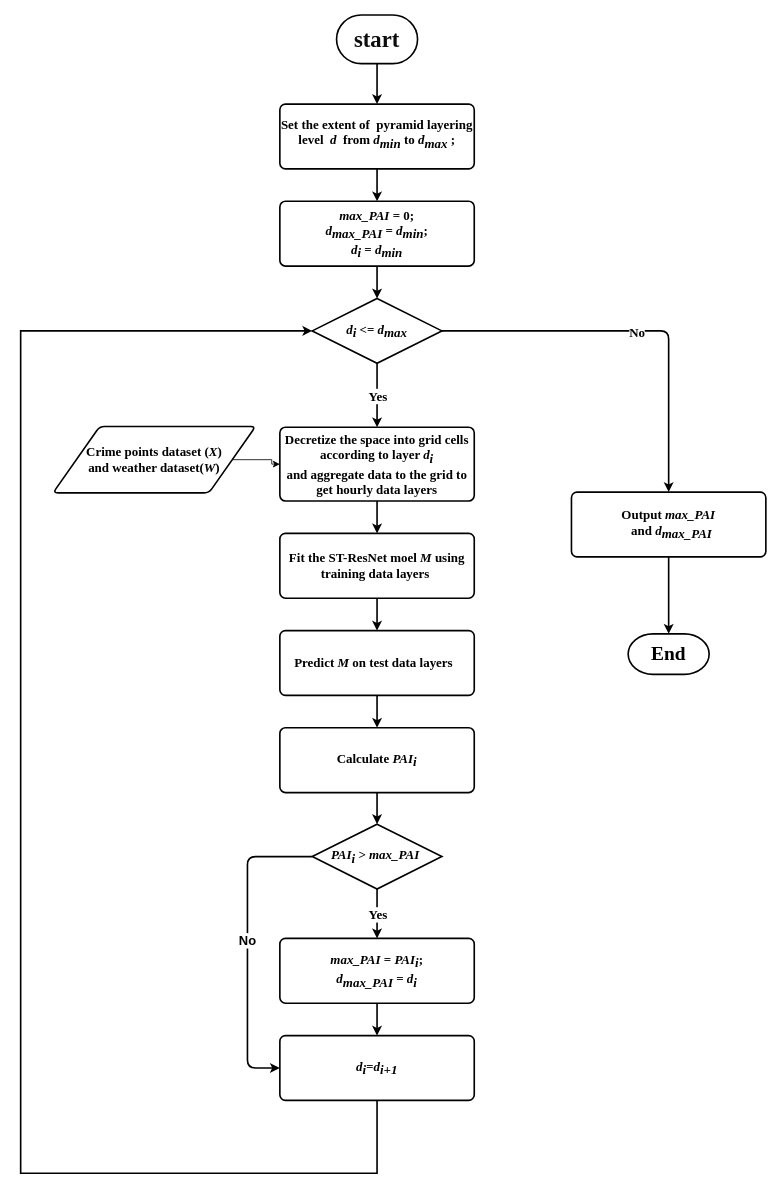
Above: assets/Copy of st-resnet.drawio in 798982876/ST_ResNet (draw.io), before the change. Source tidied: cells renumbered, new cells numbered last; positions are measured from the earlier drawing's top-left corner, leaving out a move shared by most shapes. Both pictures are drawn from the tidied source at 81%, with x=0, y=0 at pixel (20, 15).
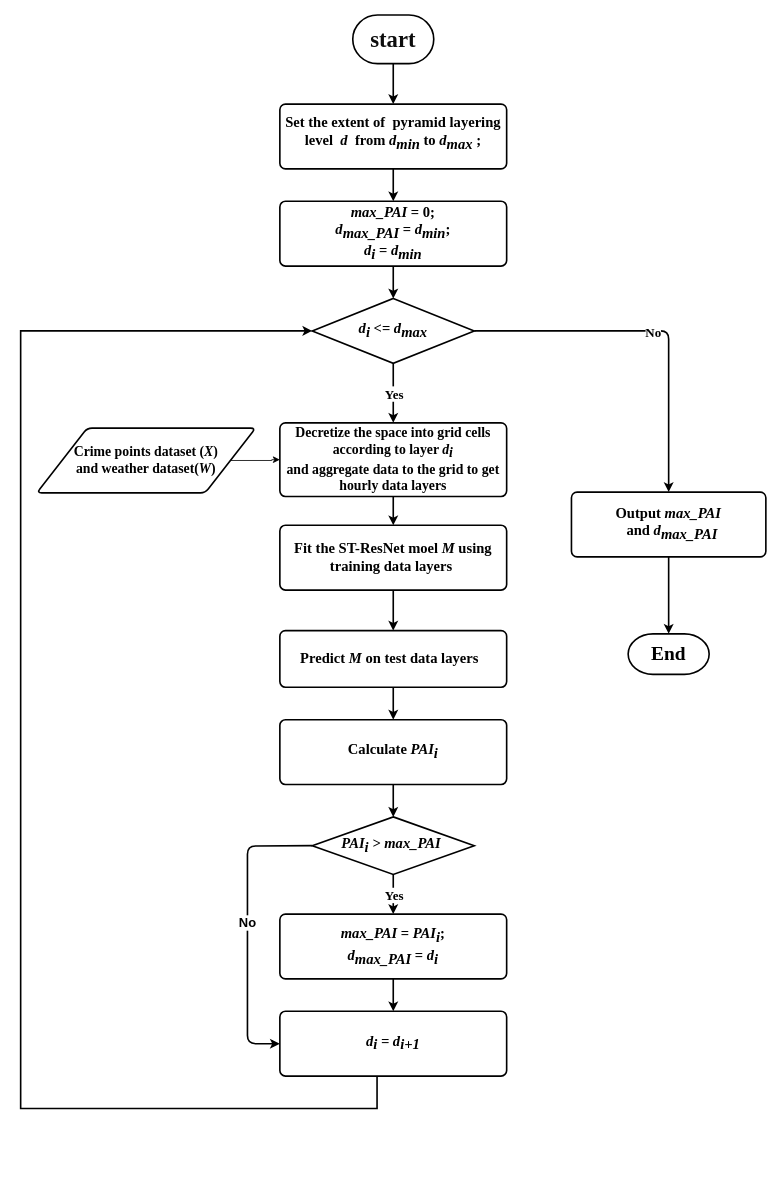
The same diagram, later.

Diff of the diagram source:
```diff
@@
     <mxCell id="2" value="start" style="strokeWidth=2;html=1;shape=mxgraph.flowchart.terminator;whiteSpace=wrap;fontSize=28;labelBackgroundColor=none;fontColor=#0D0D0D;fontFamily=Times New Roman;fontStyle=1;" parent="1" vertex="1">
-      <mxGeometry x="390" width="100" height="60" as="geometry" />
+      <mxGeometry x="410" width="100" height="60" as="geometry" />
     </mxCell>
-    <mxCell id="3" value="&lt;font style=&quot;font-size: 16px;&quot;&gt;&lt;br style=&quot;font-size: 16px;&quot;&gt;&lt;div style=&quot;font-size: 16px;&quot;&gt;&lt;span style=&quot;font-size: 16px;&quot;&gt;Set the extent of&amp;nbsp; pyramid layering level&amp;nbsp;&amp;nbsp;&lt;/span&gt;&lt;i style=&quot;font-size: 16px;&quot;&gt;d&amp;nbsp; &lt;/i&gt;&lt;span style=&quot;font-size: 16px;&quot;&gt;from &lt;i style=&quot;font-size: 16px;&quot;&gt;d&lt;sub style=&quot;font-size: 16px;&quot;&gt;min&lt;/sub&gt;&lt;/i&gt; to &lt;i style=&quot;font-size: 16px;&quot;&gt;d&lt;/i&gt;&lt;span style=&quot;font-style: italic; font-size: 16px;&quot;&gt;&lt;sub style=&quot;font-size: 16px;&quot;&gt;max&lt;/sub&gt;&amp;nbsp;&lt;/span&gt;;&lt;/span&gt;&lt;/div&gt;&lt;sup style=&quot;font-size: 16px;&quot;&gt;&lt;br style=&quot;font-size: 16px;&quot;&gt;&lt;/sup&gt;&lt;/font&gt;" style="rounded=1;whiteSpace=wrap;html=1;absoluteArcSize=1;arcSize=14;strokeWidth=2;fontFamily=Times New Roman;fontSize=16;align=center;fontStyle=1;" parent="1" vertex="1">
-      <mxGeometry x="320" y="110" width="240" height="80" as="geometry" />
+    <mxCell id="3" value="&lt;font style=&quot;font-size: 18px;&quot;&gt;&lt;br style=&quot;font-size: 18px;&quot;&gt;&lt;div style=&quot;font-size: 18px;&quot;&gt;&lt;span style=&quot;font-size: 18px;&quot;&gt;Set the extent of&amp;nbsp; pyramid layering level&amp;nbsp;&amp;nbsp;&lt;/span&gt;&lt;i style=&quot;font-size: 18px;&quot;&gt;d&amp;nbsp; &lt;/i&gt;&lt;span style=&quot;font-size: 18px;&quot;&gt;from &lt;i style=&quot;font-size: 18px;&quot;&gt;d&lt;sub style=&quot;font-size: 18px;&quot;&gt;min&lt;/sub&gt;&lt;/i&gt; to &lt;i style=&quot;font-size: 18px;&quot;&gt;d&lt;/i&gt;&lt;span style=&quot;font-style: italic; font-size: 18px;&quot;&gt;&lt;sub style=&quot;font-size: 18px;&quot;&gt;max&lt;/sub&gt;&amp;nbsp;&lt;/span&gt;;&lt;/span&gt;&lt;/div&gt;&lt;sup style=&quot;font-size: 18px;&quot;&gt;&lt;br style=&quot;font-size: 18px;&quot;&gt;&lt;/sup&gt;&lt;/font&gt;" style="rounded=1;whiteSpace=wrap;html=1;absoluteArcSize=1;arcSize=14;strokeWidth=2;fontFamily=Times New Roman;fontSize=18;align=center;fontStyle=1;" parent="1" vertex="1">
+      <mxGeometry x="320" y="110" width="280" height="80" as="geometry" />
     </mxCell>
@@
-    <mxCell id="5" value="Crime points dataset (&lt;i style=&quot;font-size: 16px;&quot;&gt;X&lt;/i&gt;)&lt;br style=&quot;font-size: 16px;&quot;&gt;and weather dataset(&lt;i style=&quot;font-size: 16px;&quot;&gt;W&lt;/i&gt;)" style="shape=parallelogram;html=1;strokeWidth=2;perimeter=parallelogramPerimeter;whiteSpace=wrap;rounded=1;arcSize=12;size=0.23;fontSize=16;fontFamily=Times New Roman;fontStyle=1;" parent="1" vertex="1">
-      <mxGeometry x="40" y="508" width="250" height="82" as="geometry" />
+    <mxCell id="5" value="Crime points dataset (&lt;i style=&quot;font-size: 17px;&quot;&gt;X&lt;/i&gt;)&lt;br style=&quot;font-size: 17px;&quot;&gt;and weather dataset(&lt;i style=&quot;font-size: 17px;&quot;&gt;W&lt;/i&gt;)" style="shape=parallelogram;html=1;strokeWidth=2;perimeter=parallelogramPerimeter;whiteSpace=wrap;rounded=1;arcSize=12;size=0.23;fontSize=17;fontFamily=Times New Roman;fontStyle=1;" parent="1" vertex="1">
+      <mxGeometry x="20" y="510" width="270" height="80" as="geometry" />
     </mxCell>
-    <mxCell id="6" value="&lt;i style=&quot;font-size: 16px;&quot;&gt;max_PAI&lt;/i&gt;&lt;span style=&quot;font-size: 16px;&quot;&gt;&lt;i style=&quot;font-size: 16px;&quot;&gt;&amp;nbsp;&lt;/i&gt;= 0;&lt;/span&gt;&lt;br style=&quot;font-size: 16px;&quot;&gt;&lt;span style=&quot;font-size: 16px;&quot;&gt;&lt;div style=&quot;font-size: 16px;&quot;&gt;&lt;i style=&quot;font-size: 16px;&quot;&gt;d&lt;/i&gt;&lt;i style=&quot;font-size: 16px;&quot;&gt;&lt;sub style=&quot;font-size: 16px;&quot;&gt;max_PAI&amp;nbsp;&lt;/sub&gt;&lt;/i&gt;=&amp;nbsp;&lt;i style=&quot;font-size: 16px;&quot;&gt;d&lt;sub style=&quot;font-size: 16px;&quot;&gt;min&lt;/sub&gt;&lt;/i&gt;;&lt;/div&gt;&lt;div style=&quot;font-size: 16px;&quot;&gt;&lt;i style=&quot;font-size: 16px;&quot;&gt;d&lt;sub style=&quot;font-size: 16px;&quot;&gt;i&lt;/sub&gt; &lt;/i&gt;= &lt;i style=&quot;font-size: 16px;&quot;&gt;d&lt;sub style=&quot;font-size: 16px;&quot;&gt;min&lt;/sub&gt;&lt;/i&gt;&lt;/div&gt;&lt;/span&gt;" style="rounded=1;whiteSpace=wrap;html=1;absoluteArcSize=1;arcSize=14;strokeWidth=2;fontSize=16;fontFamily=Times New Roman;align=center;fontStyle=1;" parent="1" vertex="1">
-      <mxGeometry x="320" y="230" width="240" height="80" as="geometry" />
+    <mxCell id="6" value="&lt;i style=&quot;font-size: 18px;&quot;&gt;max_PAI&lt;/i&gt;&lt;span style=&quot;font-size: 18px;&quot;&gt;&lt;i style=&quot;font-size: 18px;&quot;&gt;&amp;nbsp;&lt;/i&gt;= 0;&lt;/span&gt;&lt;br style=&quot;font-size: 18px;&quot;&gt;&lt;span style=&quot;font-size: 18px;&quot;&gt;&lt;div style=&quot;font-size: 18px;&quot;&gt;&lt;i style=&quot;font-size: 18px;&quot;&gt;d&lt;/i&gt;&lt;i style=&quot;font-size: 18px;&quot;&gt;&lt;sub style=&quot;font-size: 18px;&quot;&gt;max_PAI&amp;nbsp;&lt;/sub&gt;&lt;/i&gt;=&amp;nbsp;&lt;i style=&quot;font-size: 18px;&quot;&gt;d&lt;sub style=&quot;font-size: 18px;&quot;&gt;min&lt;/sub&gt;&lt;/i&gt;;&lt;/div&gt;&lt;div style=&quot;font-size: 18px;&quot;&gt;&lt;i style=&quot;font-size: 18px;&quot;&gt;d&lt;sub style=&quot;font-size: 18px;&quot;&gt;i&lt;/sub&gt; &lt;/i&gt;= &lt;i style=&quot;font-size: 18px;&quot;&gt;d&lt;sub style=&quot;font-size: 18px;&quot;&gt;min&lt;/sub&gt;&lt;/i&gt;&lt;/div&gt;&lt;/span&gt;" style="rounded=1;whiteSpace=wrap;html=1;absoluteArcSize=1;arcSize=14;strokeWidth=2;fontSize=18;fontFamily=Times New Roman;align=center;fontStyle=1;" parent="1" vertex="1">
+      <mxGeometry x="320" y="230" width="280" height="80" as="geometry" />
     </mxCell>
-    <mxCell id="7" value="Decretize the space into grid cells according to layer &lt;i style=&quot;font-size: 16px;&quot;&gt;d&lt;sub style=&quot;font-size: 16px;&quot;&gt;i&lt;/sub&gt;&lt;/i&gt;&lt;br style=&quot;font-size: 16px;&quot;&gt;and aggregate data to the grid to get hourly data layers" style="rounded=1;whiteSpace=wrap;html=1;absoluteArcSize=1;arcSize=14;strokeWidth=2;fontSize=16;fontFamily=Times New Roman;fontStyle=1;" parent="1" vertex="1">
-      <mxGeometry x="320" y="509" width="240" height="91" as="geometry" />
+    <mxCell id="7" value="Decretize the space into grid cells according to layer &lt;i style=&quot;font-size: 17px;&quot;&gt;d&lt;sub style=&quot;font-size: 17px;&quot;&gt;i&lt;/sub&gt;&lt;/i&gt;&lt;br style=&quot;font-size: 17px;&quot;&gt;and aggregate data to the grid to get hourly data layers" style="rounded=1;whiteSpace=wrap;html=1;absoluteArcSize=1;arcSize=14;strokeWidth=2;fontSize=17;fontFamily=Times New Roman;fontStyle=1;" parent="1" vertex="1">
+      <mxGeometry x="320" y="503.5" width="280" height="91" as="geometry" />
     </mxCell>
-    <mxCell id="8" value="Fit the ST-ResNet moel &lt;i style=&quot;font-size: 16px;&quot;&gt;M&lt;/i&gt; using training data layers&amp;nbsp;" style="rounded=1;whiteSpace=wrap;html=1;absoluteArcSize=1;arcSize=14;strokeWidth=2;fontSize=16;fontFamily=Times New Roman;fontStyle=1;" parent="1" vertex="1">
-      <mxGeometry x="320" y="640" width="240" height="80" as="geometry" />
+    <mxCell id="8" value="Fit the ST-ResNet moel &lt;i style=&quot;font-size: 18px;&quot;&gt;M&lt;/i&gt; using training data layers&amp;nbsp;" style="rounded=1;whiteSpace=wrap;html=1;absoluteArcSize=1;arcSize=14;strokeWidth=2;fontSize=18;fontFamily=Times New Roman;fontStyle=1;" parent="1" vertex="1">
+      <mxGeometry x="320" y="630" width="280" height="80" as="geometry" />
     </mxCell>
-    <mxCell id="9" value="Predict &lt;i style=&quot;font-size: 16px;&quot;&gt;M&lt;/i&gt; on test data layers&amp;nbsp;&amp;nbsp;" style="rounded=1;whiteSpace=wrap;html=1;absoluteArcSize=1;arcSize=14;strokeWidth=2;fontSize=16;fontFamily=Times New Roman;fontStyle=1;" parent="1" vertex="1">
-      <mxGeometry x="320" y="760" width="240" height="80" as="geometry" />
+    <mxCell id="9" value="Predict &lt;i style=&quot;font-size: 18px;&quot;&gt;M&lt;/i&gt; on test data layers&amp;nbsp;&amp;nbsp;" style="rounded=1;whiteSpace=wrap;html=1;absoluteArcSize=1;arcSize=14;strokeWidth=2;fontSize=18;fontFamily=Times New Roman;fontStyle=1;" parent="1" vertex="1">
+      <mxGeometry x="320" y="760" width="280" height="70" as="geometry" />
     </mxCell>
-    <mxCell id="10" value="Calculate&amp;nbsp;&lt;span style=&quot;font-size: 16px;&quot;&gt;&lt;i style=&quot;font-size: 16px;&quot;&gt;PAI&lt;sub style=&quot;font-size: 16px;&quot;&gt;i&lt;/sub&gt;&lt;/i&gt;&lt;/span&gt;" style="rounded=1;whiteSpace=wrap;html=1;absoluteArcSize=1;arcSize=14;strokeWidth=2;fontSize=16;fontFamily=Times New Roman;fontStyle=1;" parent="1" vertex="1">
-      <mxGeometry x="320" y="880" width="240" height="80" as="geometry" />
+    <mxCell id="10" value="Calculate&amp;nbsp;&lt;span style=&quot;font-size: 18px;&quot;&gt;&lt;i style=&quot;font-size: 18px;&quot;&gt;PAI&lt;sub style=&quot;font-size: 18px;&quot;&gt;i&lt;/sub&gt;&lt;/i&gt;&lt;/span&gt;" style="rounded=1;whiteSpace=wrap;html=1;absoluteArcSize=1;arcSize=14;strokeWidth=2;fontSize=18;fontFamily=Times New Roman;fontStyle=1;" parent="1" vertex="1">
+      <mxGeometry x="320" y="870" width="280" height="80" as="geometry" />
     </mxCell>
@@
     <mxCell id="17" style="edgeStyle=orthogonalEdgeStyle;rounded=0;jettySize=auto;html=1;entryX=0;entryY=0.5;entryDx=0;entryDy=0;exitX=0.5;exitY=1;exitDx=0;exitDy=0;fontSize=16;fontStyle=1;strokeWidth=2;" parent="1" edge="1" source="29" target="25">
       <mxGeometry relative="1" as="geometry">
         <Array as="points">
-          <mxPoint x="440" y="1430" />
-          <mxPoint y="1430" />
+          <mxPoint x="440" y="1310" />
+          <mxPoint x="440" y="1350" />
+          <mxPoint y="1350" />
           <mxPoint y="390" />
         </Array>
       </mxGeometry>
     </mxCell>
-    <mxCell id="18" value="&lt;i style=&quot;font-size: 16px&quot;&gt;PAI&lt;sub style=&quot;font-size: 16px&quot;&gt;i&amp;nbsp;&lt;/sub&gt;&amp;gt;&amp;nbsp;&lt;/i&gt;&lt;i style=&quot;font-size: 16px&quot;&gt;max_PAI&lt;/i&gt;&lt;i style=&quot;font-size: 16px&quot;&gt;&lt;sub style=&quot;font-size: 16px&quot;&gt;&amp;nbsp;&lt;/sub&gt;&lt;/i&gt;" style="strokeWidth=2;html=1;shape=mxgraph.flowchart.decision;whiteSpace=wrap;fontSize=16;fontFamily=Times New Roman;fontStyle=1;" parent="1" vertex="1">
-      <mxGeometry x="360" y="999" width="160" height="80" as="geometry" />
+    <mxCell id="18" value="&lt;i style=&quot;font-size: 18px;&quot;&gt;PAI&lt;sub style=&quot;font-size: 18px;&quot;&gt;i&amp;nbsp;&lt;/sub&gt;&amp;gt;&amp;nbsp;&lt;/i&gt;&lt;i style=&quot;font-size: 18px;&quot;&gt;max_PAI&lt;/i&gt;&lt;i style=&quot;font-size: 18px;&quot;&gt;&lt;sub style=&quot;font-size: 18px;&quot;&gt;&amp;nbsp;&lt;/sub&gt;&lt;/i&gt;" style="strokeWidth=2;html=1;shape=mxgraph.flowchart.decision;whiteSpace=wrap;fontSize=18;fontFamily=Times New Roman;fontStyle=1;" parent="1" vertex="1">
+      <mxGeometry x="360" y="990" width="200" height="71" as="geometry" />
     </mxCell>
@@
-    <mxCell id="25" value="&lt;font face=&quot;Times New Roman&quot; style=&quot;font-size: 16px;&quot;&gt;&lt;i style=&quot;font-size: 16px;&quot;&gt;d&lt;sub style=&quot;font-size: 16px;&quot;&gt;i&amp;nbsp;&lt;/sub&gt;&lt;/i&gt;&amp;lt;=&amp;nbsp;&lt;i style=&quot;font-size: 16px;&quot;&gt;d&lt;sub style=&quot;font-size: 16px;&quot;&gt;max&lt;/sub&gt;&lt;/i&gt;&lt;/font&gt;" style="rhombus;whiteSpace=wrap;html=1;fontSize=16;fontStyle=1;strokeWidth=2;" parent="1" vertex="1">
-      <mxGeometry x="360" y="350" width="160" height="80" as="geometry" />
+    <mxCell id="25" value="&lt;font face=&quot;Times New Roman&quot; style=&quot;font-size: 18px;&quot;&gt;&lt;i style=&quot;font-size: 18px;&quot;&gt;d&lt;sub style=&quot;font-size: 18px;&quot;&gt;i&amp;nbsp;&lt;/sub&gt;&lt;/i&gt;&amp;lt;=&amp;nbsp;&lt;i style=&quot;font-size: 18px;&quot;&gt;d&lt;sub style=&quot;font-size: 18px;&quot;&gt;max&lt;/sub&gt;&lt;/i&gt;&lt;/font&gt;" style="rhombus;whiteSpace=wrap;html=1;fontSize=18;fontStyle=1;strokeWidth=2;" parent="1" vertex="1">
+      <mxGeometry x="360" y="350" width="200" height="80" as="geometry" />
     </mxCell>
@@
-    <mxCell id="28" value="&lt;i style=&quot;font-size: 16px;&quot;&gt;max_PAI&lt;/i&gt;&lt;span style=&quot;font-size: 16px;&quot;&gt;&lt;i style=&quot;font-size: 16px;&quot;&gt;&amp;nbsp;&lt;/i&gt;=&amp;nbsp;&lt;/span&gt;&lt;i style=&quot;font-size: 16px;&quot;&gt;PAI&lt;sub style=&quot;font-size: 16px;&quot;&gt;i&lt;/sub&gt;&lt;/i&gt;&lt;span style=&quot;font-size: 16px;&quot;&gt;;&lt;/span&gt;&lt;br style=&quot;font-size: 16px;&quot;&gt;&lt;span style=&quot;font-size: 16px;&quot;&gt;&lt;i style=&quot;font-size: 16px;&quot;&gt;d&lt;/i&gt;&lt;i style=&quot;font-size: 16px;&quot;&gt;&lt;sub style=&quot;font-size: 16px;&quot;&gt;max_PAI&amp;nbsp;&lt;/sub&gt;&lt;/i&gt;=&amp;nbsp;&lt;i style=&quot;font-size: 16px;&quot;&gt;d&lt;sub style=&quot;font-size: 16px;&quot;&gt;i&lt;/sub&gt;&lt;/i&gt;&lt;/span&gt;&lt;span style=&quot;font-size: 16px;&quot;&gt;&lt;i style=&quot;font-size: 16px;&quot;&gt;&lt;sub style=&quot;font-size: 16px;&quot;&gt;&lt;br style=&quot;font-size: 16px;&quot;&gt;&lt;/sub&gt;&lt;/i&gt;&lt;/span&gt;" style="rounded=1;whiteSpace=wrap;html=1;absoluteArcSize=1;arcSize=14;strokeWidth=2;fontSize=16;fontFamily=Times New Roman;fontStyle=1;" parent="1" vertex="1">
-      <mxGeometry x="320" y="1140" width="240" height="80" as="geometry" />
+    <mxCell id="28" value="&lt;i style=&quot;font-size: 18px;&quot;&gt;max_PAI&lt;/i&gt;&lt;span style=&quot;font-size: 18px;&quot;&gt;&lt;i style=&quot;font-size: 18px;&quot;&gt;&amp;nbsp;&lt;/i&gt;=&amp;nbsp;&lt;/span&gt;&lt;i style=&quot;font-size: 18px;&quot;&gt;PAI&lt;sub style=&quot;font-size: 18px;&quot;&gt;i&lt;/sub&gt;&lt;/i&gt;&lt;span style=&quot;font-size: 18px;&quot;&gt;;&lt;/span&gt;&lt;br style=&quot;font-size: 18px;&quot;&gt;&lt;span style=&quot;font-size: 18px;&quot;&gt;&lt;i style=&quot;font-size: 18px;&quot;&gt;d&lt;/i&gt;&lt;i style=&quot;font-size: 18px;&quot;&gt;&lt;sub style=&quot;font-size: 18px;&quot;&gt;max_PAI&amp;nbsp;&lt;/sub&gt;&lt;/i&gt;=&amp;nbsp;&lt;i style=&quot;font-size: 18px;&quot;&gt;d&lt;sub style=&quot;font-size: 18px;&quot;&gt;i&lt;/sub&gt;&lt;/i&gt;&lt;/span&gt;&lt;span style=&quot;font-size: 18px;&quot;&gt;&lt;i style=&quot;font-size: 18px;&quot;&gt;&lt;sub style=&quot;font-size: 18px;&quot;&gt;&lt;br style=&quot;font-size: 18px;&quot;&gt;&lt;/sub&gt;&lt;/i&gt;&lt;/span&gt;" style="rounded=1;whiteSpace=wrap;html=1;absoluteArcSize=1;arcSize=14;strokeWidth=2;fontSize=18;fontFamily=Times New Roman;fontStyle=1;" parent="1" vertex="1">
+      <mxGeometry x="320" y="1110" width="280" height="80" as="geometry" />
     </mxCell>
-    <mxCell id="29" value="&lt;span style=&quot;font-size: 16px;&quot;&gt;&lt;i style=&quot;font-size: 16px;&quot;&gt;d&lt;sub style=&quot;font-size: 16px;&quot;&gt;i&lt;/sub&gt;=d&lt;sub style=&quot;font-size: 16px;&quot;&gt;i+1&lt;/sub&gt;&lt;br style=&quot;font-size: 16px;&quot;&gt;&lt;/i&gt;&lt;/span&gt;" style="rounded=1;whiteSpace=wrap;html=1;absoluteArcSize=1;arcSize=14;strokeWidth=2;fontSize=16;fontFamily=Times New Roman;fontStyle=1;" parent="1" vertex="1">
-      <mxGeometry x="320" y="1260" width="240" height="80" as="geometry" />
+    <mxCell id="29" value="&lt;span style=&quot;font-size: 18px&quot;&gt;&lt;i style=&quot;font-size: 18px&quot;&gt;d&lt;sub style=&quot;font-size: 18px&quot;&gt;i&amp;nbsp;&lt;/sub&gt;= d&lt;sub style=&quot;font-size: 18px&quot;&gt;i+1&lt;/sub&gt;&lt;br style=&quot;font-size: 18px&quot;&gt;&lt;/i&gt;&lt;/span&gt;" style="rounded=1;whiteSpace=wrap;html=1;absoluteArcSize=1;arcSize=14;strokeWidth=2;fontSize=18;fontFamily=Times New Roman;fontStyle=1;" parent="1" vertex="1">
+      <mxGeometry x="320" y="1230" width="280" height="80" as="geometry" />
     </mxCell>
@@
     <mxCell id="31" style="endArrow=classic;html=1;exitX=0;exitY=0.5;exitDx=0;exitDy=0;exitPerimeter=0;entryX=0;entryY=0.5;entryDx=0;entryDy=0;fontSize=16;fontStyle=1;strokeWidth=2;" parent="1" edge="1" source="18" target="29">
       <mxGeometry relative="1" as="geometry">
         <Array as="points">
-          <mxPoint x="280" y="1039" />
-          <mxPoint x="280" y="1300" />
+          <mxPoint x="280" y="1026" />
+          <mxPoint x="280" y="1270" />
         </Array>
       </mxGeometry>
     </mxCell>
@@
-    <mxCell id="33" value="Output&amp;nbsp;&lt;i style=&quot;font-size: 16px;&quot;&gt;max_PAI&lt;/i&gt;&lt;br style=&quot;font-size: 16px;&quot;&gt;&amp;nbsp; and&amp;nbsp;&lt;i style=&quot;font-size: 16px;&quot;&gt;d&lt;/i&gt;&lt;i style=&quot;font-size: 16px;&quot;&gt;&lt;sub style=&quot;font-size: 16px;&quot;&gt;max_PAI&lt;/sub&gt;&lt;/i&gt;" style="rounded=1;whiteSpace=wrap;html=1;absoluteArcSize=1;arcSize=14;strokeWidth=2;fontSize=16;fontFamily=Times New Roman;fontStyle=1;" parent="1" vertex="1">
+    <mxCell id="33" value="Output&amp;nbsp;&lt;i style=&quot;font-size: 18px;&quot;&gt;max_PAI&lt;/i&gt;&lt;br style=&quot;font-size: 18px;&quot;&gt;&amp;nbsp; and&amp;nbsp;&lt;i style=&quot;font-size: 18px;&quot;&gt;d&lt;/i&gt;&lt;i style=&quot;font-size: 18px;&quot;&gt;&lt;sub style=&quot;font-size: 18px;&quot;&gt;max_PAI&lt;/sub&gt;&lt;/i&gt;" style="rounded=1;whiteSpace=wrap;html=1;absoluteArcSize=1;arcSize=14;strokeWidth=2;fontSize=18;fontFamily=Times New Roman;fontStyle=1;" parent="1" vertex="1">
       <mxGeometry x="680" y="589" width="240" height="80" as="geometry" />
     </mxCell>
```
